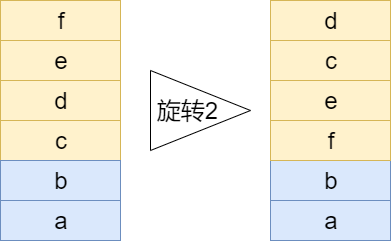
The draw.io diagram img/lua_stack_rotate.png in lixiang-share/jiuguang-blob, before a commit. Source tidied: cells renumbered, new cells last; positions are measured from the earlier drawing's top-left corner, leaving out a move shared by most shapes.
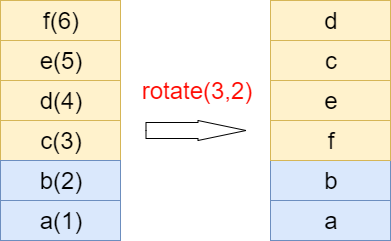
Later version of the same file.

The edit, as a diff of the source:
```diff
@@ -2,27 +2,24 @@
   <root>
     <mxCell id="0" />
     <mxCell id="1" parent="0" />
-    <mxCell id="2" value="e" style="rounded=0;whiteSpace=wrap;html=1;fillColor=#fff2cc;strokeColor=#d6b656;fontSize=24;" parent="1" vertex="1">
+    <mxCell id="2" value="e(5)" style="rounded=0;whiteSpace=wrap;html=1;fillColor=#fff2cc;strokeColor=#d6b656;fontSize=24;" parent="1" vertex="1">
       <mxGeometry y="40" width="120" height="40" as="geometry" />
     </mxCell>
-    <mxCell id="3" value="d" style="rounded=0;whiteSpace=wrap;html=1;fillColor=#fff2cc;strokeColor=#d6b656;fontSize=24;" parent="1" vertex="1">
+    <mxCell id="3" value="d(4)" style="rounded=0;whiteSpace=wrap;html=1;fillColor=#fff2cc;strokeColor=#d6b656;fontSize=24;" parent="1" vertex="1">
       <mxGeometry y="80" width="120" height="40" as="geometry" />
     </mxCell>
-    <mxCell id="4" value="c" style="rounded=0;whiteSpace=wrap;html=1;fillColor=#fff2cc;strokeColor=#d6b656;fontSize=24;" parent="1" vertex="1">
+    <mxCell id="4" value="c(3)" style="rounded=0;whiteSpace=wrap;html=1;fillColor=#fff2cc;strokeColor=#d6b656;fontSize=24;" parent="1" vertex="1">
       <mxGeometry y="120" width="120" height="40" as="geometry" />
     </mxCell>
-    <mxCell id="5" value="b" style="rounded=0;whiteSpace=wrap;html=1;fillColor=#dae8fc;strokeColor=#6c8ebf;fontSize=24;" parent="1" vertex="1">
+    <mxCell id="5" value="b(2)" style="rounded=0;whiteSpace=wrap;html=1;fillColor=#dae8fc;strokeColor=#6c8ebf;fontSize=24;" parent="1" vertex="1">
       <mxGeometry y="160" width="120" height="40" as="geometry" />
     </mxCell>
-    <mxCell id="6" value="a" style="rounded=0;whiteSpace=wrap;html=1;fillColor=#dae8fc;strokeColor=#6c8ebf;fontSize=24;" parent="1" vertex="1">
+    <mxCell id="6" value="a(1)" style="rounded=0;whiteSpace=wrap;html=1;fillColor=#dae8fc;strokeColor=#6c8ebf;fontSize=24;" parent="1" vertex="1">
       <mxGeometry y="200" width="120" height="40" as="geometry" />
     </mxCell>
-    <mxCell id="7" value="f" style="rounded=0;whiteSpace=wrap;html=1;fillColor=#fff2cc;strokeColor=#d6b656;fontSize=24;" parent="1" vertex="1">
+    <mxCell id="7" value="f(6)" style="rounded=0;whiteSpace=wrap;html=1;fillColor=#fff2cc;strokeColor=#d6b656;fontSize=24;" parent="1" vertex="1">
       <mxGeometry width="120" height="40" as="geometry" />
     </mxCell>
-    <mxCell id="8" value="旋转2" style="triangle;whiteSpace=wrap;html=1;fontSize=24;spacingLeft=0;spacingRight=27;" parent="1" vertex="1">
-      <mxGeometry x="150" y="70" width="100" height="80" as="geometry" />
-    </mxCell>
     <mxCell id="9" value="e" style="rounded=0;whiteSpace=wrap;html=1;fillColor=#fff2cc;strokeColor=#d6b656;fontSize=24;" parent="1" vertex="1">
       <mxGeometry x="270" y="80" width="120" height="40" as="geometry" />
     </mxCell>
@@ -41,5 +38,11 @@
     <mxCell id="14" value="f" style="rounded=0;whiteSpace=wrap;html=1;fillColor=#fff2cc;strokeColor=#d6b656;fontSize=24;" parent="1" vertex="1">
       <mxGeometry x="270" y="120" width="120" height="40" as="geometry" />
     </mxCell>
+    <mxCell id="15" style="html=1;shadow=0;dashed=0;align=center;verticalAlign=middle;shape=mxgraph.arrows2.arrow;dy=0.2;dx=48;notch=0;fontSize=24;" parent="1" vertex="1">
+      <mxGeometry x="145.5" y="120" width="100" height="20" as="geometry" />
+    </mxCell>
+    <mxCell id="16" value="rotate(3,2)" style="text;html=1;strokeColor=none;fillColor=none;align=center;verticalAlign=middle;whiteSpace=wrap;rounded=0;fontSize=24;fontColor=#FF0B03;" parent="1" vertex="1">
+      <mxGeometry x="175.5" y="80" width="40" height="20" as="geometry" />
+    </mxCell>
   </root>
 </mxGraphModel>
```
